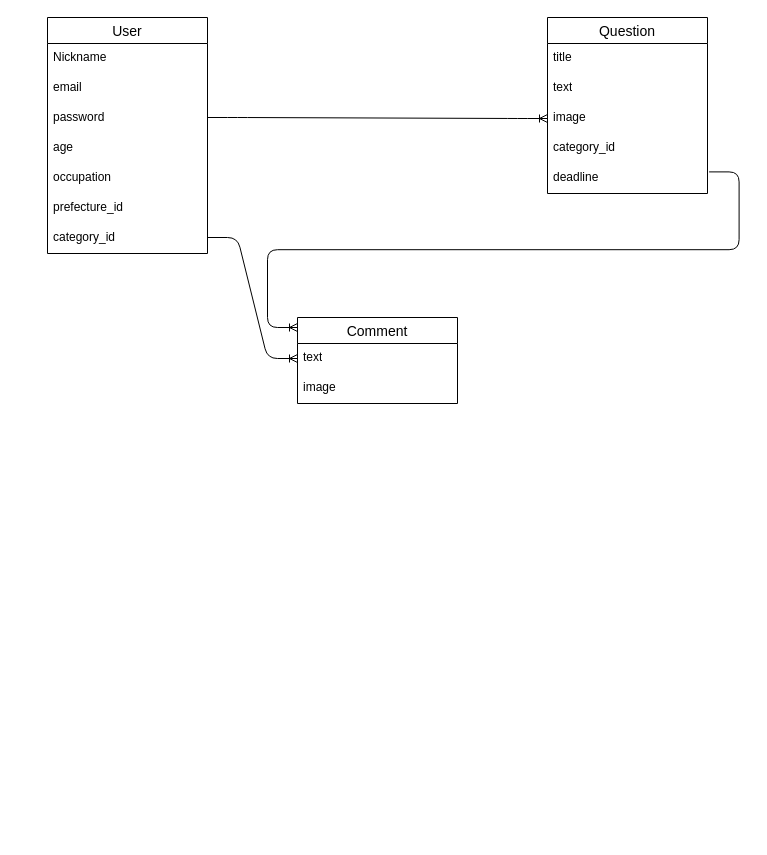
Above: ari1.dio in ushiyushi/ari1-app (draw.io), before the change. Source tidied: cells renumbered, new cells numbered last; positions are measured from the earlier drawing's top-left corner, leaving out a move shared by most shapes. Both pictures are drawn from the tidied source at 100%, with x=0, y=0 at pixel (47, 17).
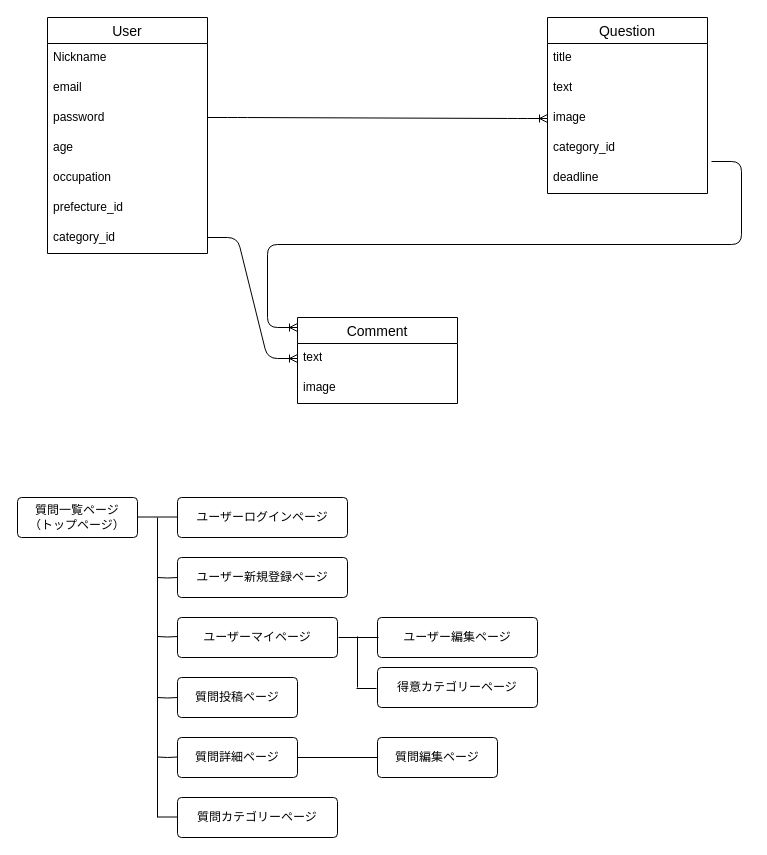
The same diagram, later.

Commit message:
画面遷移図の作成

The change refers to these unchanged cells:
```xml
<mxCell id="15" value="deadline" style="text;strokeColor=none;fillColor=none;spacingLeft=4;spacingRight=4;overflow=hidden;points=[[0,0.5],[1,0.5]];portConstraint=eastwest;fontSize=12;whiteSpace=wrap;html=1;" parent="10" vertex="1">
  <mxGeometry y="146" width="160" height="30" as="geometry" />
</mxCell>
```

Diff of the diagram source:
```diff
@@
-    <mxCell id="21" style="edgeStyle=entityRelationEdgeStyle;fontSize=12;html=1;endArrow=ERoneToMany;exitX=1.01;exitY=0.28;exitDx=0;exitDy=0;exitPerimeter=0;" parent="1" edge="1" source="15">
+    <mxCell id="21" style="edgeStyle=entityRelationEdgeStyle;fontSize=12;html=1;endArrow=ERoneToMany;exitX=1.025;exitY=-0.067;exitDx=0;exitDy=0;exitPerimeter=0;" parent="1" edge="1" source="15">
       <mxGeometry relative="1" as="geometry">
         <mxPoint x="250" y="310" as="targetPoint" />
         <Array as="points">
-          <mxPoint x="310" y="240" />
-          <mxPoint x="340" y="140" />
+          <mxPoint x="440" y="270" />
+          <mxPoint x="230" y="360" />
+          <mxPoint x="270" y="370" />
+          <mxPoint x="470" y="170" />
+          <mxPoint x="200" y="380" />
+          <mxPoint x="350" y="380" />
         </Array>
       </mxGeometry>
     </mxCell>
+    <mxCell id="22" value="質問一覧ページ&lt;div&gt;（トップページ）&lt;/div&gt;" style="rounded=1;arcSize=10;whiteSpace=wrap;html=1;align=center;" parent="1" vertex="1">
+      <mxGeometry x="-30" y="480" width="120" height="40" as="geometry" />
+    </mxCell>
+    <mxCell id="23" value="ユーザーログインページ" style="rounded=1;arcSize=10;whiteSpace=wrap;html=1;align=center;" parent="1" vertex="1">
+      <mxGeometry x="130" y="480" width="170" height="40" as="geometry" />
+    </mxCell>
+    <mxCell id="24" value="ユーザー新規登録ページ" style="rounded=1;arcSize=10;whiteSpace=wrap;html=1;align=center;" parent="1" vertex="1">
+      <mxGeometry x="130" y="540" width="170" height="40" as="geometry" />
+    </mxCell>
+    <mxCell id="25" value="質問投稿ページ" style="rounded=1;arcSize=10;whiteSpace=wrap;html=1;align=center;" parent="1" vertex="1">
+      <mxGeometry x="130" y="660" width="120" height="40" as="geometry" />
+    </mxCell>
+    <mxCell id="26" value="質問詳細ページ" style="rounded=1;arcSize=10;whiteSpace=wrap;html=1;align=center;" parent="1" vertex="1">
+      <mxGeometry x="130" y="720" width="120" height="40" as="geometry" />
+    </mxCell>
+    <mxCell id="27" value="ユーザーマイページ" style="rounded=1;arcSize=10;whiteSpace=wrap;html=1;align=center;" parent="1" vertex="1">
+      <mxGeometry x="130" y="600" width="160" height="40" as="geometry" />
+    </mxCell>
+    <mxCell id="28" value="質問カテゴリーページ" style="rounded=1;arcSize=10;whiteSpace=wrap;html=1;align=center;" parent="1" vertex="1">
+      <mxGeometry x="130" y="780" width="160" height="40" as="geometry" />
+    </mxCell>
+    <mxCell id="29" value="質問編集ページ" style="rounded=1;arcSize=10;whiteSpace=wrap;html=1;align=center;" parent="1" vertex="1">
+      <mxGeometry x="330" y="720" width="120" height="40" as="geometry" />
+    </mxCell>
+    <mxCell id="30" value="得意カテゴリーページ" style="rounded=1;arcSize=10;whiteSpace=wrap;html=1;align=center;" parent="1" vertex="1">
+      <mxGeometry x="330" y="650" width="160" height="40" as="geometry" />
+    </mxCell>
+    <mxCell id="31" value="ユーザー編集ページ" style="rounded=1;arcSize=10;whiteSpace=wrap;html=1;align=center;" parent="1" vertex="1">
+      <mxGeometry x="330" y="600" width="160" height="40" as="geometry" />
+    </mxCell>
+    <mxCell id="32" style="endArrow=none;html=1;rounded=0;" parent="1" edge="1">
+      <mxGeometry relative="1" as="geometry">
+        <mxPoint x="110" y="500" as="sourcePoint" />
+        <mxPoint x="110" y="800" as="targetPoint" />
+      </mxGeometry>
+    </mxCell>
+    <mxCell id="33" style="endArrow=none;html=1;rounded=0;" parent="1" edge="1">
+      <mxGeometry relative="1" as="geometry">
+        <mxPoint x="90" y="499.5" as="sourcePoint" />
+        <mxPoint x="130" y="499.5" as="targetPoint" />
+      </mxGeometry>
+    </mxCell>
+    <mxCell id="34" style="endArrow=none;html=1;rounded=0;" parent="1" edge="1">
+      <mxGeometry relative="1" as="geometry">
+        <mxPoint x="110" y="799.5" as="sourcePoint" />
+        <mxPoint x="130" y="799.5" as="targetPoint" />
+      </mxGeometry>
+    </mxCell>
+    <mxCell id="35" style="endArrow=none;html=1;rounded=0;" parent="1" edge="1">
+      <mxGeometry relative="1" as="geometry">
+        <mxPoint x="110" y="739.5" as="sourcePoint" />
+        <mxPoint x="130" y="739.5" as="targetPoint" />
+        <Array as="points">
+          <mxPoint x="120" y="740" />
+        </Array>
+      </mxGeometry>
+    </mxCell>
+    <mxCell id="36" style="endArrow=none;html=1;rounded=0;" parent="1" edge="1">
+      <mxGeometry relative="1" as="geometry">
+        <mxPoint x="110" y="560" as="sourcePoint" />
+        <mxPoint x="130" y="560" as="targetPoint" />
+        <Array as="points">
+          <mxPoint x="120" y="560.5" />
+        </Array>
+      </mxGeometry>
+    </mxCell>
+    <mxCell id="37" style="endArrow=none;html=1;rounded=0;" parent="1" edge="1">
+      <mxGeometry relative="1" as="geometry">
+        <mxPoint x="110" y="619" as="sourcePoint" />
+        <mxPoint x="130" y="619" as="targetPoint" />
+        <Array as="points">
+          <mxPoint x="120" y="619.5" />
+        </Array>
+      </mxGeometry>
+    </mxCell>
+    <mxCell id="38" style="endArrow=none;html=1;rounded=0;" parent="1" edge="1">
+      <mxGeometry relative="1" as="geometry">
+        <mxPoint x="110" y="680" as="sourcePoint" />
+        <mxPoint x="130" y="680" as="targetPoint" />
+        <Array as="points">
+          <mxPoint x="120" y="680.5" />
+        </Array>
+      </mxGeometry>
+    </mxCell>
+    <mxCell id="39" style="endArrow=none;html=1;rounded=0;exitX=1;exitY=0.5;exitDx=0;exitDy=0;" parent="1" edge="1" source="26">
+      <mxGeometry relative="1" as="geometry">
+        <mxPoint x="330" y="740" as="targetPoint" />
+      </mxGeometry>
+    </mxCell>
+    <mxCell id="40" style="endArrow=none;html=1;rounded=0;" parent="1" edge="1">
+      <mxGeometry relative="1" as="geometry">
+        <mxPoint x="291" y="620" as="sourcePoint" />
+        <mxPoint x="331" y="620" as="targetPoint" />
+      </mxGeometry>
+    </mxCell>
+    <mxCell id="41" style="endArrow=none;html=1;rounded=0;" parent="1" edge="1">
+      <mxGeometry relative="1" as="geometry">
+        <mxPoint x="309" y="671" as="sourcePoint" />
+        <mxPoint x="329" y="671" as="targetPoint" />
+      </mxGeometry>
+    </mxCell>
+    <mxCell id="42" style="endArrow=none;html=1;rounded=0;" parent="1" edge="1">
+      <mxGeometry relative="1" as="geometry">
+        <mxPoint x="310" y="619" as="sourcePoint" />
+        <mxPoint x="310" y="670" as="targetPoint" />
+      </mxGeometry>
+    </mxCell>
```
